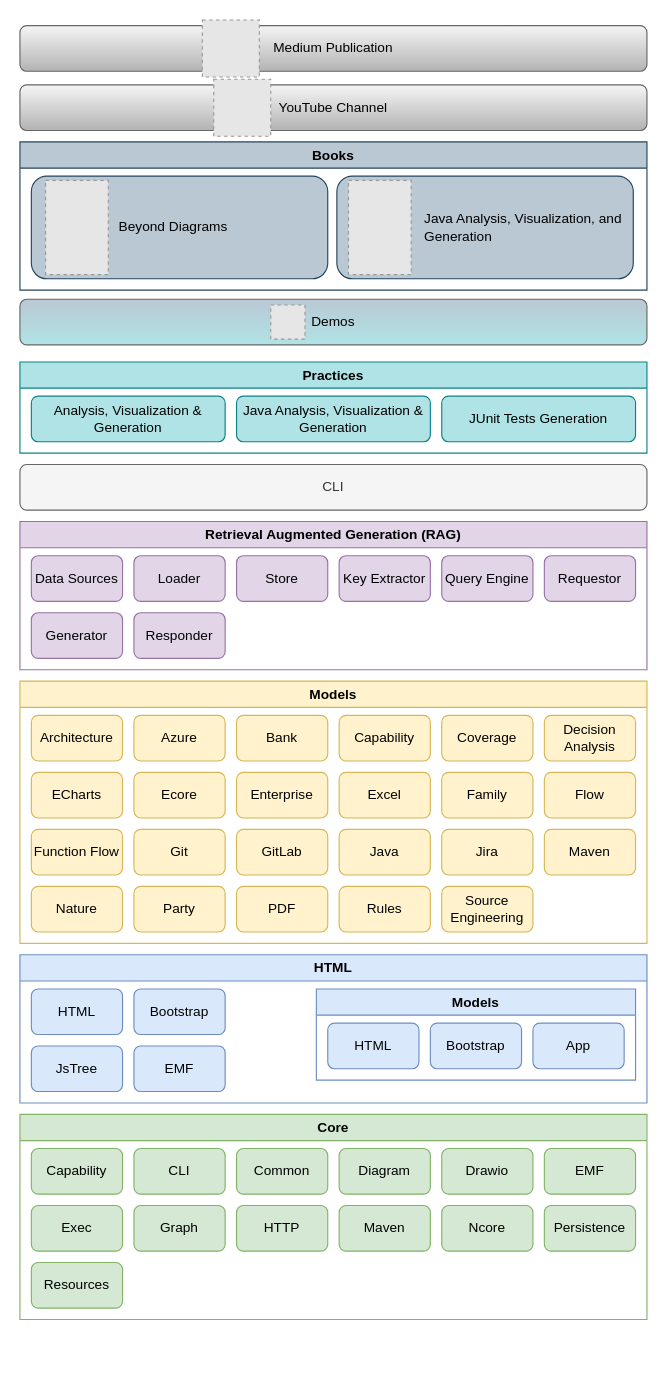
Above: model/nasdanika.drawio in Nasdanika/nasdanika.github.io (draw.io), before the change. Source tidied: cells renumbered, new cells numbered last; positions are measured from the earlier drawing's top-left corner, leaving out a move shared by most shapes. Both pictures are drawn from the tidied source at 114%, with x=0, y=0 at pixel (19, 19). Pictures stored in the file or linked from it are replaced by grey dashed boxes.
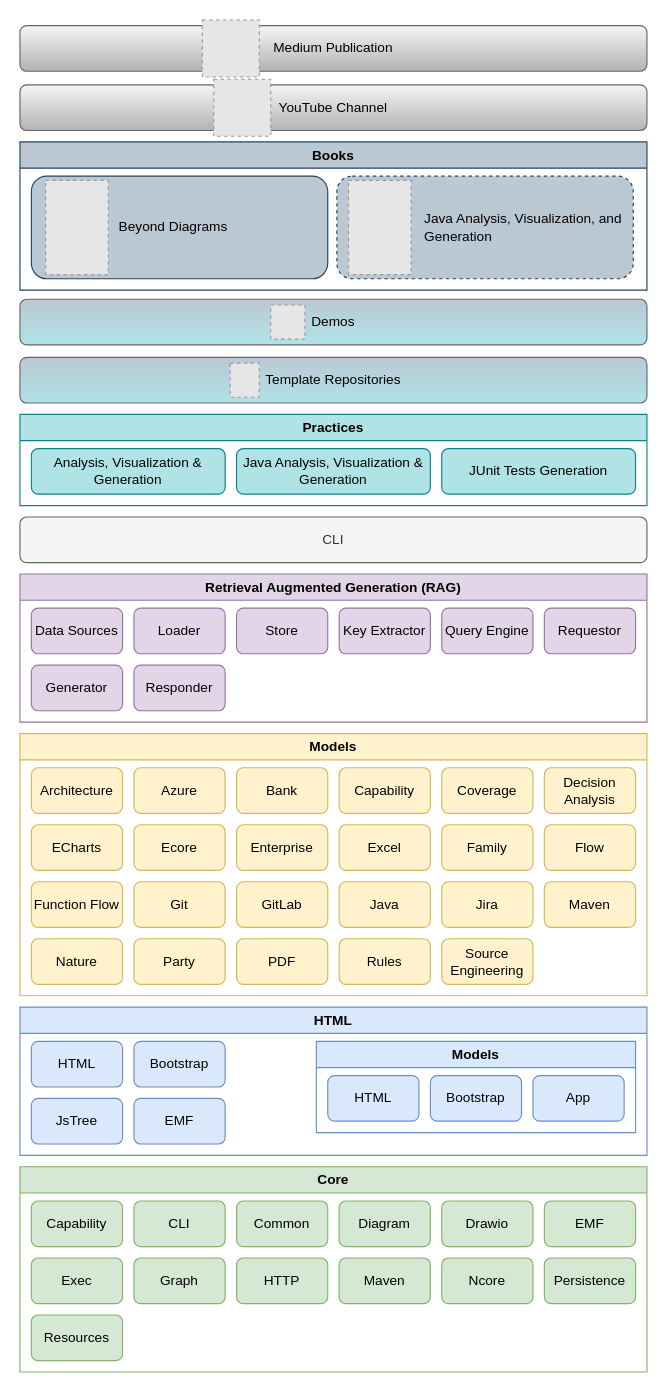
The same diagram, later.

Unchanged cells that the change refers to:
```xml
<mxCell id="62" value="Books" style="swimlane;whiteSpace=wrap;html=1;fillColor=#bac8d3;strokeColor=#23445d;" parent="1" vertex="1">
  <mxGeometry y="107" width="550" height="130" as="geometry" />
</mxCell>
```

Change to the diagram source:
```diff
@@
     <mxCell id="2" value="Core" style="swimlane;whiteSpace=wrap;html=1;fillColor=#d5e8d4;strokeColor=#82b366;" parent="1" vertex="1">
-      <mxGeometry y="960" width="550" height="180" as="geometry" />
+      <mxGeometry y="1006" width="550" height="180" as="geometry" />
     </mxCell>
@@
     <mxCell id="16" value="HTML" style="swimlane;whiteSpace=wrap;html=1;fillColor=#dae8fc;strokeColor=#6c8ebf;" parent="1" vertex="1">
-      <mxGeometry y="820" width="550" height="130" as="geometry" />
+      <mxGeometry y="866" width="550" height="130" as="geometry" />
     </mxCell>
@@
     <mxCell id="25" value="Models" style="swimlane;whiteSpace=wrap;html=1;fillColor=#fff2cc;strokeColor=#d6b656;" parent="1" vertex="1">
-      <mxGeometry y="580" width="550" height="230" as="geometry" />
+      <mxGeometry y="626" width="550" height="230" as="geometry" />
     </mxCell>
@@
     <mxCell id="49" value="Retrieval Augmented Generation (RAG)" style="swimlane;whiteSpace=wrap;html=1;fillColor=#e1d5e7;strokeColor=#9673a6;" parent="1" vertex="1">
-      <mxGeometry y="440" width="550" height="130" as="geometry" />
+      <mxGeometry y="486" width="550" height="130" as="geometry" />
     </mxCell>
@@
     <mxCell id="58" value="Practices" style="swimlane;whiteSpace=wrap;html=1;fillColor=#b0e3e6;strokeColor=#0e8088;" parent="1" vertex="1">
-      <mxGeometry y="300" width="550" height="80" as="geometry" />
+      <mxGeometry y="346" width="550" height="80" as="geometry" />
     </mxCell>
@@
-    <mxCell id="65" value="Java Analysis, Visualization, and Generation" style="rounded=1;whiteSpace=wrap;html=1;fillColor=#bac8d3;strokeColor=#23445d;align=left;spacingLeft=75;" parent="62" vertex="1">
+    <mxCell id="65" value="Java Analysis, Visualization, and Generation" style="rounded=1;whiteSpace=wrap;html=1;fillColor=#bac8d3;strokeColor=#23445d;align=left;spacingLeft=75;dashed=1;" parent="62" vertex="1">
       <mxGeometry x="278" y="30" width="260" height="90" as="geometry" />
     </mxCell>
@@
     <mxCell id="67" value="CLI" style="rounded=1;whiteSpace=wrap;html=1;fillColor=#f5f5f5;strokeColor=#666666;fontColor=#333333;" parent="1" vertex="1">
-      <mxGeometry y="390" width="550" height="40" as="geometry" />
+      <mxGeometry y="436" width="550" height="40" as="geometry" />
     </mxCell>
@@
+    <mxCell id="74" value="Template Repositories" style="rounded=1;whiteSpace=wrap;html=1;fillColor=#b0e3e6;strokeColor=#666666;gradientColor=#bac8d3;gradientDirection=north;" parent="1" vertex="1">
+      <mxGeometry y="296" width="550" height="40" as="geometry" />
+    </mxCell>
+    <mxCell id="75" style="fillColor=#E6E6E6;strokeColor=#999999;dashed=1;verticalLabelPosition=bottom;labelBackgroundColor=default;verticalAlign=top;" parent="1" vertex="1">
+      <mxGeometry x="184.4" y="301" width="25.6" height="30" as="geometry" />
+    </mxCell>
```
